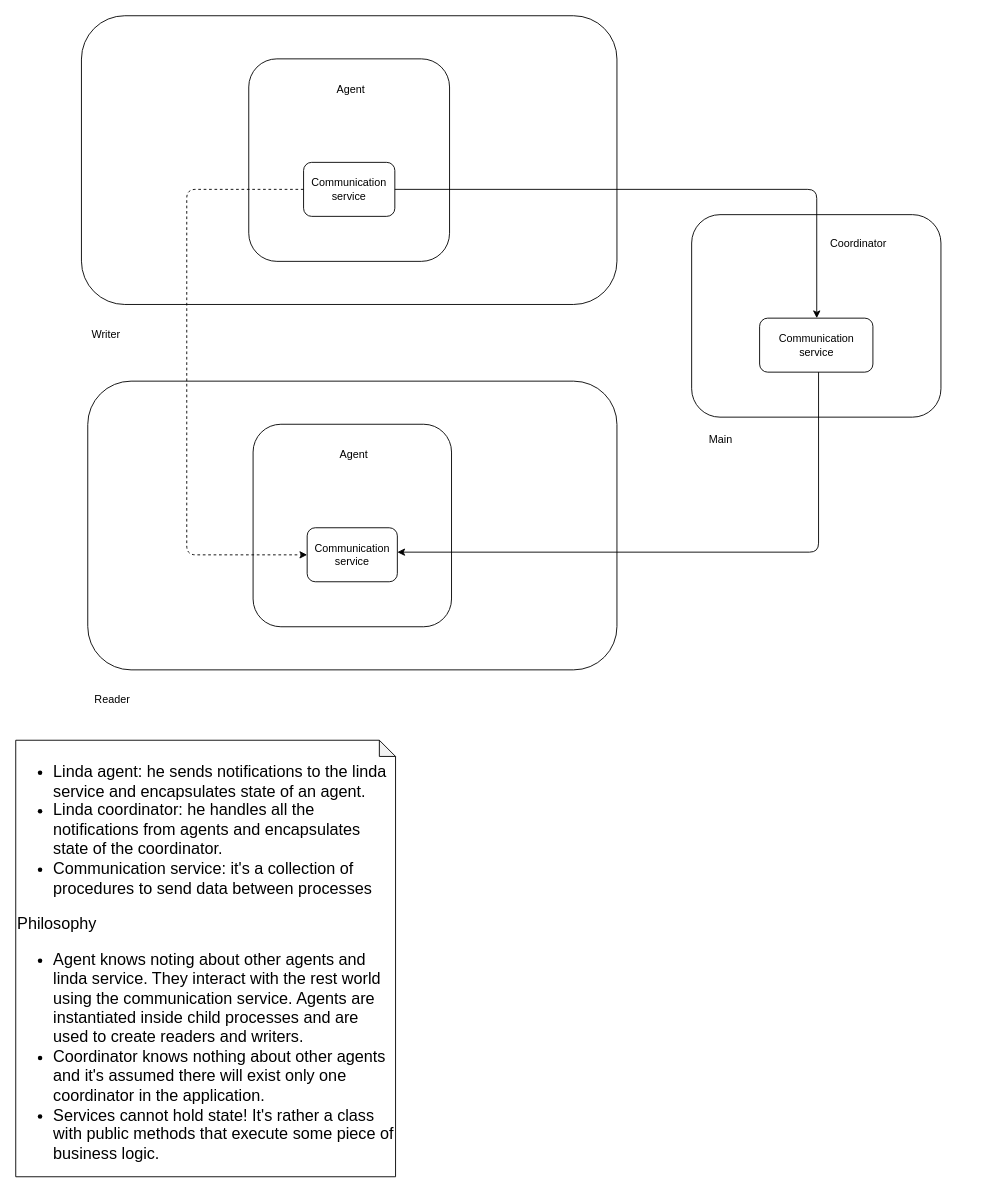
Before: page "Architecture" (1 of 7) of images/diagram.drawio in pochka15/linda, a draw.io diagram. Source tidied: cells renumbered, new cells numbered last; positions are measured from the earlier drawing's top-left corner, leaving out a move shared by most shapes. Both pictures are drawn from the tidied source at 90%, with x=0, y=0 at pixel (15, 15).
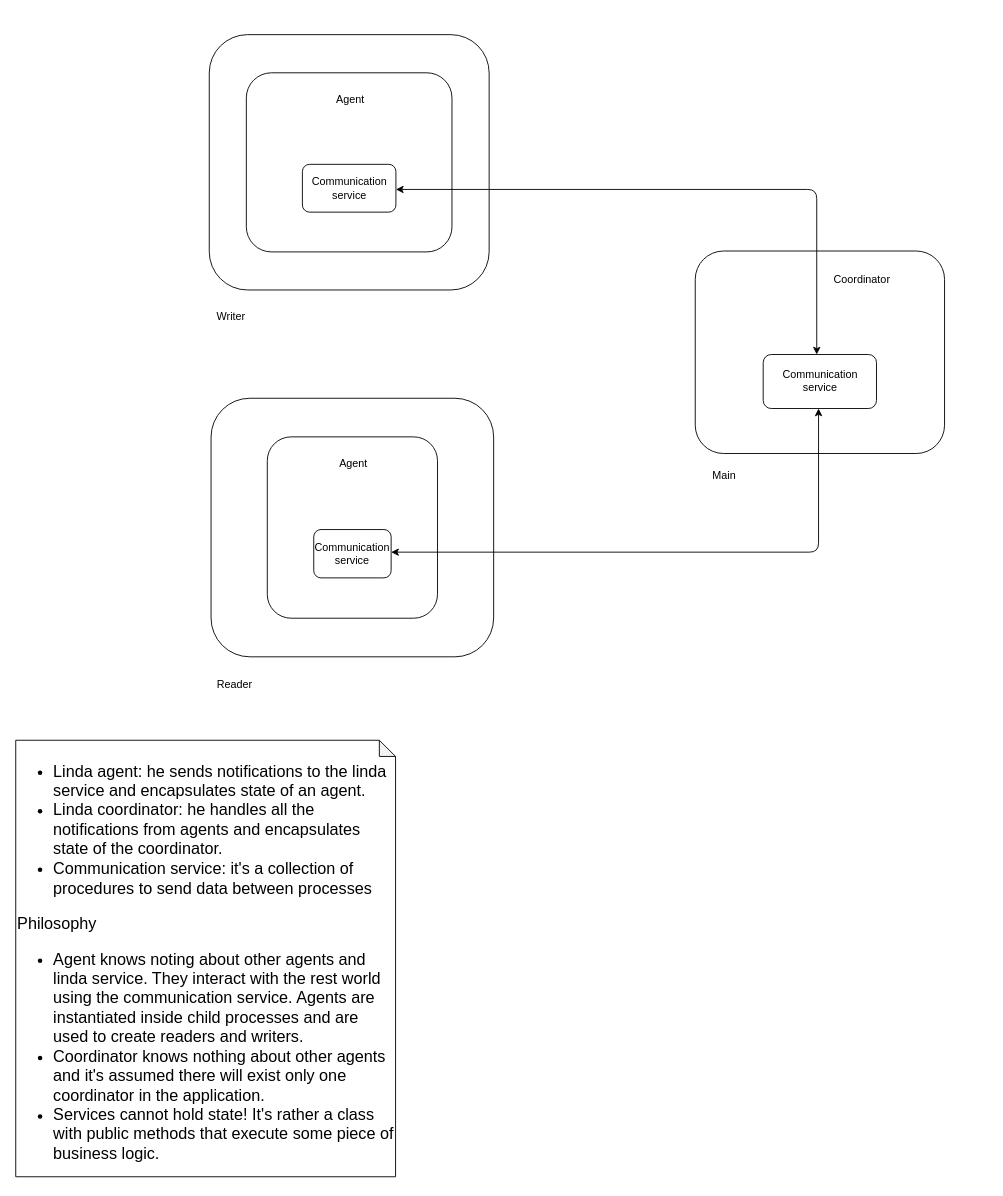
Above is the later version.

Unchanged cells that the change refers to:
```xml
<mxCell id="20" value="Communication service" style="rounded=1;whiteSpace=wrap;html=1;" parent="18" vertex="1">
  <mxGeometry x="75.5" y="115" width="125.9" height="60" as="geometry" />
</mxCell>
```

The edit, as a diff of the source:
```diff
@@
     <mxCell id="2" style="group;" parent="1" vertex="1">
-      <mxGeometry x="73" width="595" height="363.2" as="geometry" />
+      <mxGeometry x="215" y="21" width="311" height="321.2" as="geometry" />
     </mxCell>
     <mxCell id="3" style="rounded=1;whiteSpace=wrap;html=1;" parent="2" vertex="1">
-      <mxGeometry width="595" height="320.8" as="geometry" />
+      <mxGeometry width="311" height="283.7" as="geometry" />
     </mxCell>
     <mxCell id="4" value="Writer" style="text;html=1;align=center;verticalAlign=middle;strokeColor=none;fillColor=none;" parent="2" vertex="1">
-      <mxGeometry x="6" y="345.2" width="42" height="18" as="geometry" />
+      <mxGeometry x="3.1" y="305.3" width="42" height="18" as="geometry" />
     </mxCell>
     <mxCell id="5" style="group;" parent="2" vertex="1">
-      <mxGeometry x="185.9" y="47.9" width="223.1" height="225" as="geometry" />
+      <mxGeometry x="41.2" y="42.4" width="228.5" height="199" as="geometry" />
     </mxCell>
     <mxCell id="6" style="rounded=1;whiteSpace=wrap;html=1;arcSize=14;" parent="5" vertex="1">
-      <mxGeometry width="223.1" height="225" as="geometry" />
+      <mxGeometry width="228.5" height="199" as="geometry" />
     </mxCell>
     <mxCell id="7" value="Communication service" style="rounded=1;whiteSpace=wrap;html=1;" parent="5" vertex="1">
-      <mxGeometry x="60.9" y="115" width="101.4" height="60" as="geometry" />
+      <mxGeometry x="62.3" y="101.7" width="103.9" height="53.1" as="geometry" />
     </mxCell>
     <mxCell id="8" value="Agent" style="text;html=1;strokeColor=none;fillColor=none;align=center;verticalAlign=middle;whiteSpace=wrap;rounded=0;" parent="5" vertex="1">
-      <mxGeometry x="87.9" y="19" width="50.7" height="30" as="geometry" />
+      <mxGeometry x="90" y="16.8" width="51.9" height="26.5" as="geometry" />
     </mxCell>
     <mxCell id="9" style="group;" parent="1" vertex="1">
-      <mxGeometry x="80" y="406" width="588" height="363.2" as="geometry" />
+      <mxGeometry x="217" y="425" width="314" height="325.2" as="geometry" />
     </mxCell>
     <mxCell id="10" style="rounded=1;whiteSpace=wrap;html=1;" parent="9" vertex="1">
-      <mxGeometry width="588" height="320.8" as="geometry" />
+      <mxGeometry width="314" height="287.3" as="geometry" />
     </mxCell>
     <mxCell id="11" value="Reader" style="text;html=1;align=center;verticalAlign=middle;strokeColor=none;fillColor=none;" parent="9" vertex="1">
-      <mxGeometry x="2" y="345.2" width="50" height="18" as="geometry" />
+      <mxGeometry x="1.1" y="309.1" width="50" height="18" as="geometry" />
     </mxCell>
     <mxCell id="12" style="group;" parent="9" vertex="1">
-      <mxGeometry x="183.7" y="47.9" width="220.5" height="225" as="geometry" />
+      <mxGeometry x="62.5" y="42.9" width="189.1" height="201.5" as="geometry" />
     </mxCell>
     <mxCell id="13" style="rounded=1;whiteSpace=wrap;html=1;arcSize=14;" parent="12" vertex="1">
-      <mxGeometry width="220.5" height="225" as="geometry" />
+      <mxGeometry width="189.1" height="201.5" as="geometry" />
     </mxCell>
     <mxCell id="14" value="Communication service" style="rounded=1;whiteSpace=wrap;html=1;" parent="12" vertex="1">
-      <mxGeometry x="60.1" y="115" width="100.2" height="60" as="geometry" />
+      <mxGeometry x="51.6" y="103" width="86" height="53.7" as="geometry" />
     </mxCell>
     <mxCell id="15" value="Agent" style="text;html=1;strokeColor=none;fillColor=none;align=center;verticalAlign=middle;whiteSpace=wrap;rounded=0;" parent="12" vertex="1">
-      <mxGeometry x="86.9" y="19" width="50.1" height="30" as="geometry" />
+      <mxGeometry x="74.5" y="17" width="43" height="26.9" as="geometry" />
     </mxCell>
     <mxCell id="16" style="group;" parent="1" vertex="1">
-      <mxGeometry x="704" y="172.6" width="371" height="363.2" as="geometry" />
+      <mxGeometry x="708" y="213" width="371" height="363.2" as="geometry" />
     </mxCell>
@@
-    <mxCell id="22" style="edgeStyle=orthogonalEdgeStyle;rounded=1;jettySize=auto;html=1;labelBackgroundColor=#FFFFFF;fontSize=12;" parent="1" edge="1" source="7" target="20">
+    <mxCell id="22" style="edgeStyle=orthogonalEdgeStyle;rounded=1;jettySize=auto;html=1;labelBackgroundColor=#FFFFFF;fontSize=12;startArrow=classic;startFill=1;" parent="1" edge="1" source="7" target="20">
       <mxGeometry relative="1" as="geometry">
         <Array as="points">
           <mxPoint x="890" y="193" />
         </Array>
       </mxGeometry>
     </mxCell>
-    <mxCell id="23" style="edgeStyle=orthogonalEdgeStyle;rounded=1;jettySize=auto;html=1;labelBackgroundColor=#FFFFFF;fontSize=12;" parent="1" edge="1" source="20" target="14">
+    <mxCell id="23" style="edgeStyle=orthogonalEdgeStyle;rounded=1;jettySize=auto;html=1;labelBackgroundColor=#FFFFFF;fontSize=12;startArrow=classic;startFill=1;" parent="1" edge="1" source="20" target="14">
       <mxGeometry relative="1" as="geometry">
         <Array as="points">
           <mxPoint x="892" y="596" />
         </Array>
       </mxGeometry>
     </mxCell>
-    <mxCell id="24" style="edgeStyle=orthogonalEdgeStyle;rounded=1;jettySize=auto;html=1;labelBackgroundColor=#FFFFFF;fontSize=12;dashed=1;" parent="1" edge="1" source="7" target="14">
-      <mxGeometry relative="1" as="geometry">
-        <Array as="points">
-          <mxPoint x="190" y="193" />
-          <mxPoint x="190" y="599" />
-        </Array>
-      </mxGeometry>
-    </mxCell>
```
